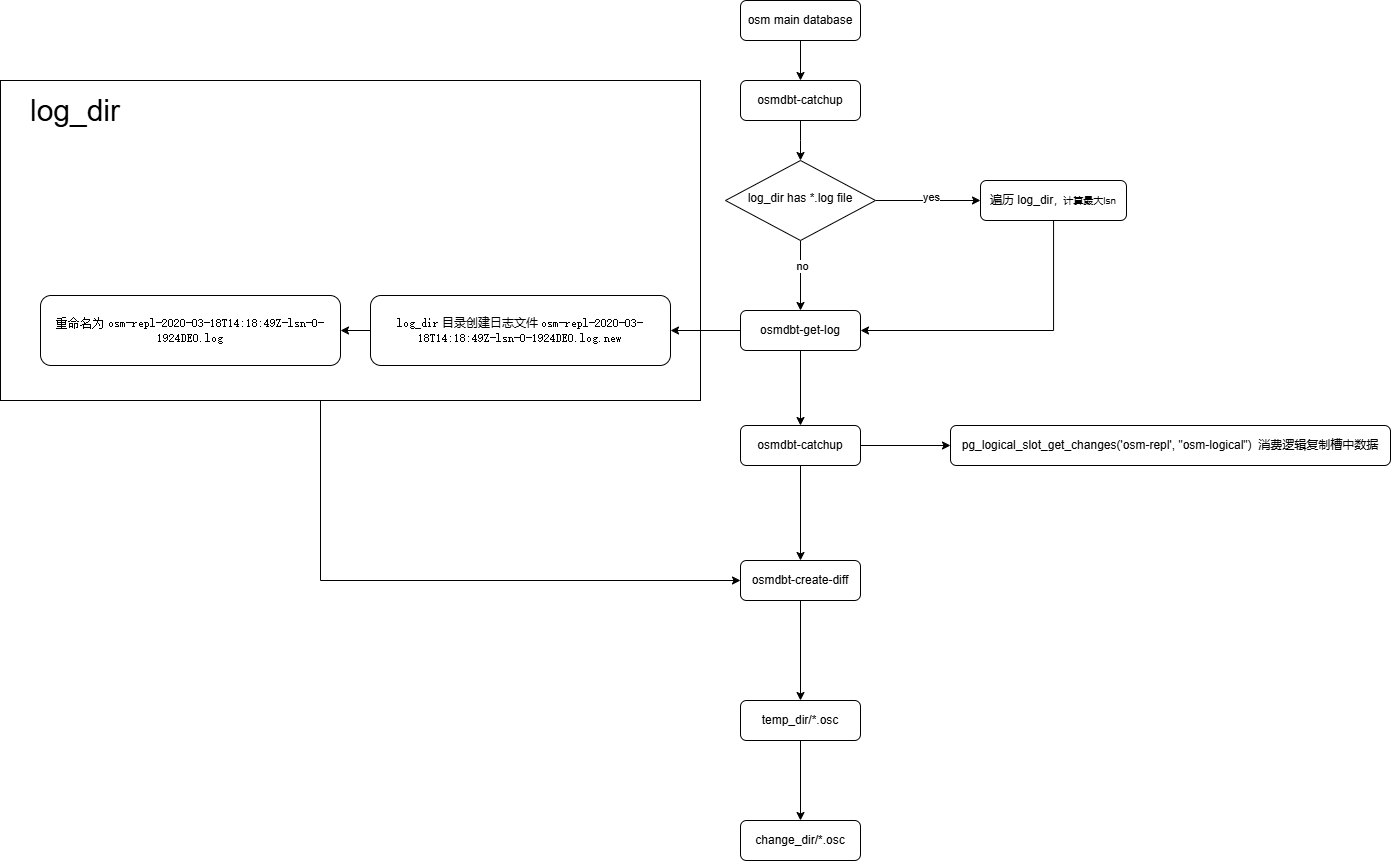
The draw.io diagram osm-dbt.png in 472542625/drawio, before a commit. Source tidied: cells renumbered, new cells last; positions are measured from the earlier drawing's top-left corner, leaving out a move shared by most shapes.
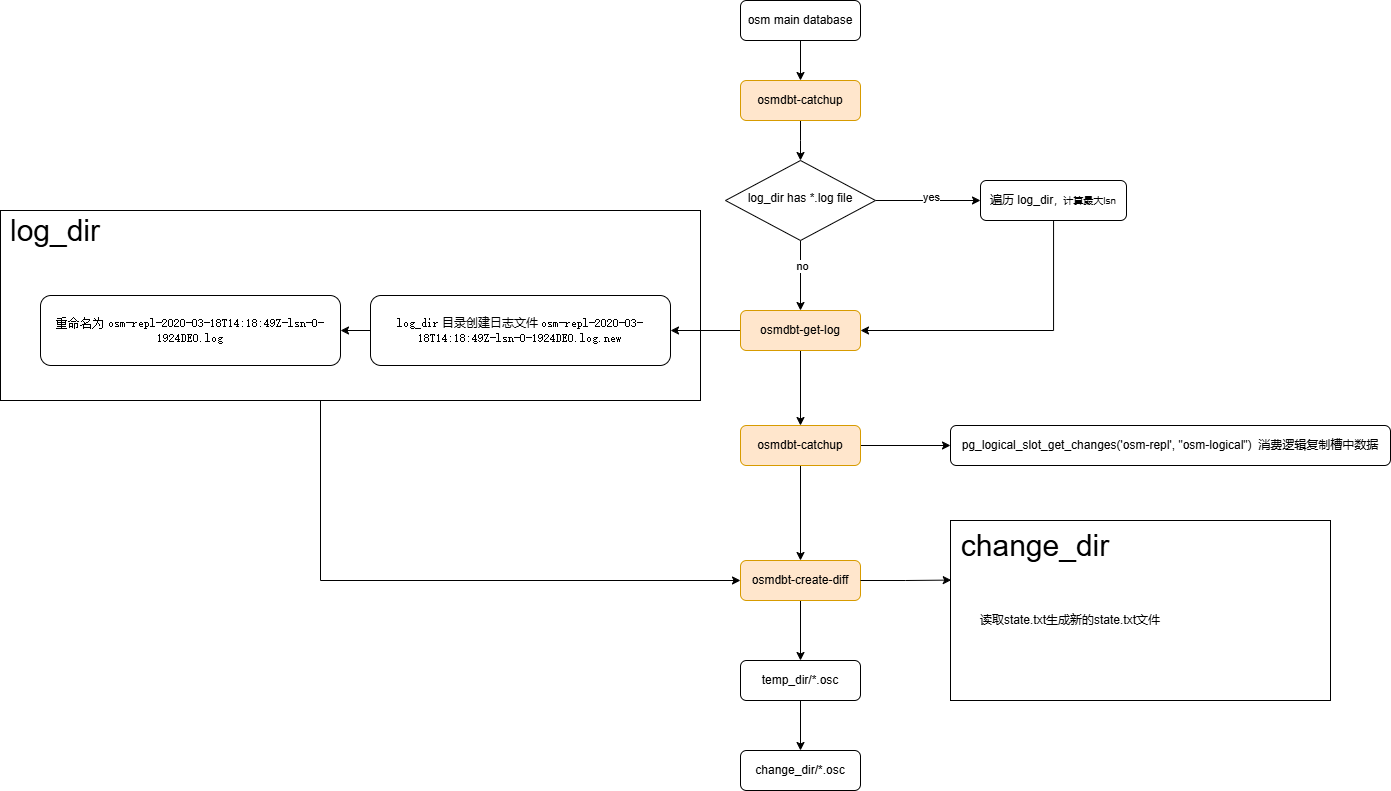
Above is the later version.

Diff of the diagram source:
```diff
@@ -10,7 +10,7 @@
       </mxGeometry>
     </mxCell>
     <mxCell id="3" style="rounded=0;whiteSpace=wrap;html=1;" parent="1" vertex="1">
-      <mxGeometry y="80" width="700" height="320" as="geometry" />
+      <mxGeometry y="210" width="700" height="190" as="geometry" />
     </mxCell>
     <mxCell id="4" style="edgeStyle=orthogonalEdgeStyle;rounded=0;jettySize=auto;html=1;entryX=0.5;entryY=0;entryDx=0;entryDy=0;" parent="1" edge="1" source="5" target="14">
       <mxGeometry relative="1" as="geometry" />
@@ -52,7 +52,7 @@
         </Array>
       </mxGeometry>
     </mxCell>
-    <mxCell id="14" value="osmdbt-catchup" style="rounded=1;whiteSpace=wrap;html=1;fontSize=12;glass=0;strokeWidth=1;shadow=0;" parent="1" vertex="1">
+    <mxCell id="14" value="osmdbt-catchup" style="rounded=1;whiteSpace=wrap;html=1;fontSize=12;glass=0;strokeWidth=1;shadow=0;fillColor=#ffe6cc;strokeColor=#d79b00;" parent="1" vertex="1">
       <mxGeometry x="740" y="80" width="120" height="40" as="geometry" />
     </mxCell>
     <mxCell id="15" style="edgeStyle=orthogonalEdgeStyle;rounded=0;jettySize=auto;html=1;entryX=1;entryY=0.5;entryDx=0;entryDy=0;" parent="1" edge="1" source="17" target="19">
@@ -61,7 +61,7 @@
     <mxCell id="16" style="edgeStyle=orthogonalEdgeStyle;rounded=0;jettySize=auto;html=1;entryX=0.5;entryY=0;entryDx=0;entryDy=0;" parent="1" edge="1" source="17" target="22">
       <mxGeometry relative="1" as="geometry" />
     </mxCell>
-    <mxCell id="17" value="osmdbt-get-log" style="rounded=1;whiteSpace=wrap;html=1;fontSize=12;glass=0;strokeWidth=1;shadow=0;" parent="1" vertex="1">
+    <mxCell id="17" value="osmdbt-get-log" style="rounded=1;whiteSpace=wrap;html=1;fontSize=12;glass=0;strokeWidth=1;shadow=0;fillColor=#ffe6cc;strokeColor=#d79b00;" parent="1" vertex="1">
       <mxGeometry x="740" y="310" width="120" height="40" as="geometry" />
     </mxCell>
     <mxCell id="18" style="edgeStyle=orthogonalEdgeStyle;rounded=0;jettySize=auto;html=1;" parent="1" edge="1" source="19" target="27">
@@ -76,7 +76,7 @@
     <mxCell id="21" style="edgeStyle=orthogonalEdgeStyle;rounded=0;jettySize=auto;html=1;entryX=0.5;entryY=0;entryDx=0;entryDy=0;" parent="1" edge="1" source="22" target="25">
       <mxGeometry relative="1" as="geometry" />
     </mxCell>
-    <mxCell id="22" value="osmdbt-catchup" style="rounded=1;whiteSpace=wrap;html=1;fontSize=12;glass=0;strokeWidth=1;shadow=0;" parent="1" vertex="1">
+    <mxCell id="22" value="osmdbt-catchup" style="rounded=1;whiteSpace=wrap;html=1;fontSize=12;glass=0;strokeWidth=1;shadow=0;fillColor=#ffe6cc;strokeColor=#d79b00;" parent="1" vertex="1">
       <mxGeometry x="740" y="425" width="120" height="40" as="geometry" />
     </mxCell>
     <mxCell id="23" value="pg_logical_slot_get_changes('osm-repl', &quot;osm-logical&quot;)&amp;nbsp; 消费逻辑复制槽中数据" style="rounded=1;whiteSpace=wrap;html=1;fontSize=12;glass=0;strokeWidth=1;shadow=0;" parent="1" vertex="1">
@@ -85,11 +85,11 @@
     <mxCell id="24" style="edgeStyle=orthogonalEdgeStyle;rounded=0;jettySize=auto;html=1;entryX=0.5;entryY=0;entryDx=0;entryDy=0;" parent="1" edge="1" source="25" target="29">
       <mxGeometry relative="1" as="geometry" />
     </mxCell>
-    <mxCell id="25" value="osmdbt-create-diff" style="rounded=1;whiteSpace=wrap;html=1;fontSize=12;glass=0;strokeWidth=1;shadow=0;" parent="1" vertex="1">
+    <mxCell id="25" value="osmdbt-create-diff" style="rounded=1;whiteSpace=wrap;html=1;fontSize=12;glass=0;strokeWidth=1;shadow=0;fillColor=#ffe6cc;strokeColor=#d79b00;" parent="1" vertex="1">
       <mxGeometry x="740" y="560" width="120" height="40" as="geometry" />
     </mxCell>
     <mxCell id="26" value="log_dir" style="text;html=1;align=center;verticalAlign=middle;whiteSpace=wrap;rounded=0;fontSize=30;" parent="1" vertex="1">
-      <mxGeometry x="20" y="90" width="110" height="40" as="geometry" />
+      <mxGeometry y="210" width="110" height="40" as="geometry" />
     </mxCell>
     <mxCell id="27" value="&lt;font face=&quot;monospace&quot;&gt;重命名为&lt;/font&gt;&amp;nbsp;&lt;code&gt;osm-repl-2020-03-18T14:18:49Z-lsn-0-1924DE0.log&lt;/code&gt;" style="rounded=1;whiteSpace=wrap;html=1;fontSize=12;glass=0;strokeWidth=1;shadow=0;" parent="1" vertex="1">
       <mxGeometry x="40" y="295" width="300" height="70" as="geometry" />
@@ -98,10 +98,22 @@
       <mxGeometry relative="1" as="geometry" />
     </mxCell>
     <mxCell id="29" value="temp_dir/*.osc" style="rounded=1;whiteSpace=wrap;html=1;fontSize=12;glass=0;strokeWidth=1;shadow=0;" parent="1" vertex="1">
-      <mxGeometry x="740" y="700" width="120" height="40" as="geometry" />
+      <mxGeometry x="740" y="660" width="120" height="40" as="geometry" />
     </mxCell>
     <mxCell id="30" value="change_dir/*.osc" style="rounded=1;whiteSpace=wrap;html=1;fontSize=12;glass=0;strokeWidth=1;shadow=0;" parent="1" vertex="1">
-      <mxGeometry x="740" y="820" width="120" height="40" as="geometry" />
+      <mxGeometry x="740" y="750" width="120" height="40" as="geometry" />
     </mxCell>
+    <mxCell id="31" style="rounded=0;whiteSpace=wrap;html=1;" parent="1" vertex="1">
+      <mxGeometry x="950" y="520" width="380" height="180" as="geometry" />
+    </mxCell>
+    <mxCell id="32" value="change_dir" style="text;html=1;align=center;verticalAlign=middle;whiteSpace=wrap;rounded=0;fontSize=30;" parent="1" vertex="1">
+      <mxGeometry x="980" y="525" width="110" height="40" as="geometry" />
+    </mxCell>
+    <mxCell id="33" value="读取state.txt生成新的state.txt文件" style="text;html=1;align=center;verticalAlign=middle;whiteSpace=wrap;rounded=0;fontSize=12;" parent="1" vertex="1">
+      <mxGeometry x="960" y="600" width="220" height="40" as="geometry" />
+    </mxCell>
+    <mxCell id="34" style="edgeStyle=orthogonalEdgeStyle;rounded=0;jettySize=auto;html=1;entryX=0.002;entryY=0.331;entryDx=0;entryDy=0;entryPerimeter=0;" parent="1" edge="1" source="25" target="31">
+      <mxGeometry relative="1" as="geometry" />
+    </mxCell>
   </root>
 </mxGraphModel>
```
